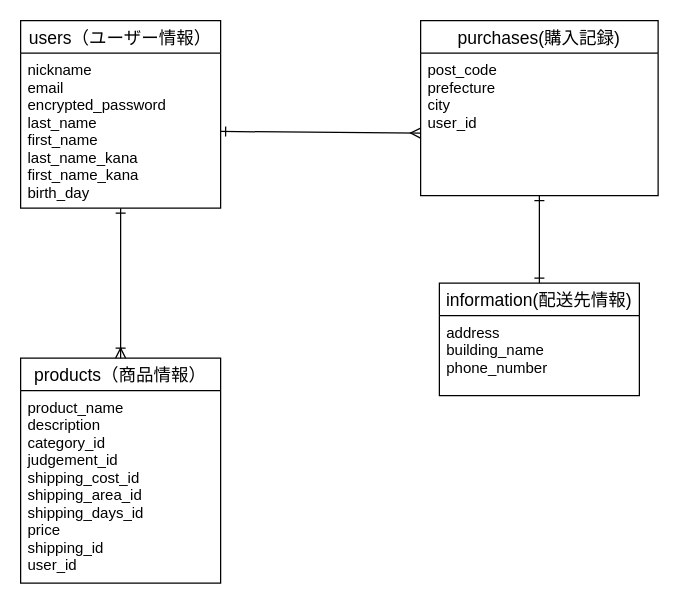
This is furimaDB.dio from Taketai/furima-35685, a draw.io file, before an edit. Source tidied: cells renumbered, new cells numbered last; positions are measured from the earlier drawing's top-left corner, leaving out a move shared by most shapes. Both pictures are drawn from the tidied source at 125%, with x=0, y=0 at pixel (20, 20).
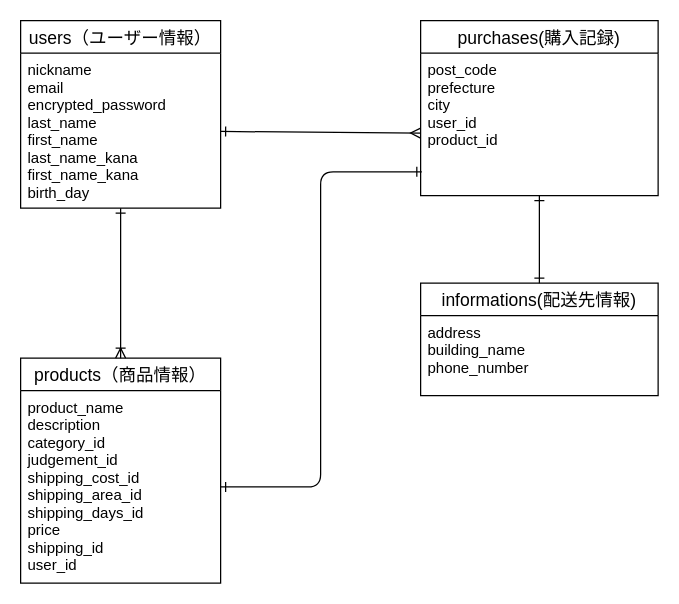
The same page after the edit.

Commit message (it also covers changes not shown here):
データベース設計修正3

What changed in the source:
```diff
@@
 <mxGraphModel>
   <root>
     <mxCell id="0" />
     <mxCell id="1" parent="0" />
     <mxCell id="2" value="users（ユーザー情報）" style="swimlane;fontStyle=0;horizontal=1;startSize=26;align=center;fontSize=14;" parent="1" vertex="1">
       <mxGeometry width="160" height="150" as="geometry" />
     </mxCell>
     <mxCell id="3" value="nickname&#10;email&#10;encrypted_password&#10;last_name&#10;first_name&#10;last_name_kana&#10;first_name_kana&#10;birth_day&#10;" style="text;strokeColor=none;fillColor=none;spacingLeft=4;spacingRight=4;overflow=hidden;points=[[0,0.5],[1,0.5]];portConstraint=eastwest;fontSize=12;" parent="2" vertex="1">
       <mxGeometry y="26" width="160" height="124" as="geometry" />
     </mxCell>
     <mxCell id="4" value="purchases(購入記録)" style="swimlane;fontStyle=0;horizontal=1;startSize=26;align=center;fontSize=14;" parent="1" vertex="1">
       <mxGeometry x="320" width="190" height="140" as="geometry" />
     </mxCell>
-    <mxCell id="5" value="post_code&#10;prefecture&#10;city&#10;user_id" style="text;strokeColor=none;fillColor=none;spacingLeft=4;spacingRight=4;overflow=hidden;points=[[0,0.5],[1,0.5]];portConstraint=eastwest;fontSize=12;" parent="4" vertex="1">
+    <mxCell id="5" value="post_code&#10;prefecture&#10;city&#10;user_id&#10;product_id" style="text;strokeColor=none;fillColor=none;spacingLeft=4;spacingRight=4;overflow=hidden;points=[[0,0.5],[1,0.5]];portConstraint=eastwest;fontSize=12;" parent="4" vertex="1">
       <mxGeometry y="26" width="190" height="114" as="geometry" />
     </mxCell>
     <mxCell id="6" value="products（商品情報）" style="swimlane;fontStyle=0;horizontal=1;startSize=26;align=center;fontSize=14;" parent="1" vertex="1">
       <mxGeometry y="270" width="160" height="180" as="geometry" />
     </mxCell>
     <mxCell id="7" value="product_name&#10;description&#10;category_id&#10;judgement_id&#10;shipping_cost_id&#10;shipping_area_id&#10;shipping_days_id&#10;price&#10;shipping_id&#10;user_id" style="text;strokeColor=none;fillColor=none;spacingLeft=4;spacingRight=4;overflow=hidden;points=[[0,0.5],[1,0.5]];portConstraint=eastwest;fontSize=12;" parent="6" vertex="1">
       <mxGeometry y="26" width="160" height="154" as="geometry" />
     </mxCell>
     <mxCell id="8" style="fontSize=12;html=1;endArrow=ERoneToMany;entryX=0.5;entryY=0;entryDx=0;entryDy=0;startArrow=ERone;startFill=0;" parent="1" edge="1" source="3" target="6">
       <mxGeometry relative="1" as="geometry" />
     </mxCell>
     <mxCell id="9" style="fontSize=12;html=1;endArrow=ERmany;startArrow=ERone;startFill=0;endFill=0;" parent="1" edge="1" source="3">
       <mxGeometry relative="1" as="geometry">
         <mxPoint x="320" y="90" as="targetPoint" />
       </mxGeometry>
     </mxCell>
-    <mxCell id="10" value="information(配送先情報)" style="swimlane;fontStyle=0;horizontal=1;startSize=26;align=center;fontSize=14;" parent="1" vertex="1">
-      <mxGeometry x="335" y="210" width="160" height="90" as="geometry" />
+    <mxCell id="10" value="informations(配送先情報)" style="swimlane;fontStyle=0;horizontal=1;startSize=26;align=center;fontSize=14;" parent="1" vertex="1">
+      <mxGeometry x="320" y="210" width="190" height="90" as="geometry" />
     </mxCell>
     <mxCell id="11" value="address&#10;building_name&#10;phone_number" style="text;strokeColor=none;fillColor=none;spacingLeft=4;spacingRight=4;overflow=hidden;fontSize=12;" parent="10" vertex="1">
-      <mxGeometry y="26" width="160" height="64" as="geometry" />
+      <mxGeometry y="26" width="190" height="64" as="geometry" />
     </mxCell>
     <mxCell id="12" style="fontSize=12;html=1;endArrow=ERone;endFill=1;startArrow=ERone;startFill=0;" parent="1" edge="1" source="10">
       <mxGeometry relative="1" as="geometry">
         <mxPoint x="415" y="140" as="targetPoint" />
       </mxGeometry>
     </mxCell>
+    <mxCell id="13" style="fontSize=12;html=1;endArrow=ERone;startArrow=ERone;edgeStyle=orthogonalEdgeStyle;entryX=0.005;entryY=0.833;entryDx=0;entryDy=0;entryPerimeter=0;startFill=0;endFill=0;" parent="1" edge="1" source="7" target="5">
+      <mxGeometry relative="1" as="geometry" />
+    </mxCell>
   </root>
 </mxGraphModel>
```
